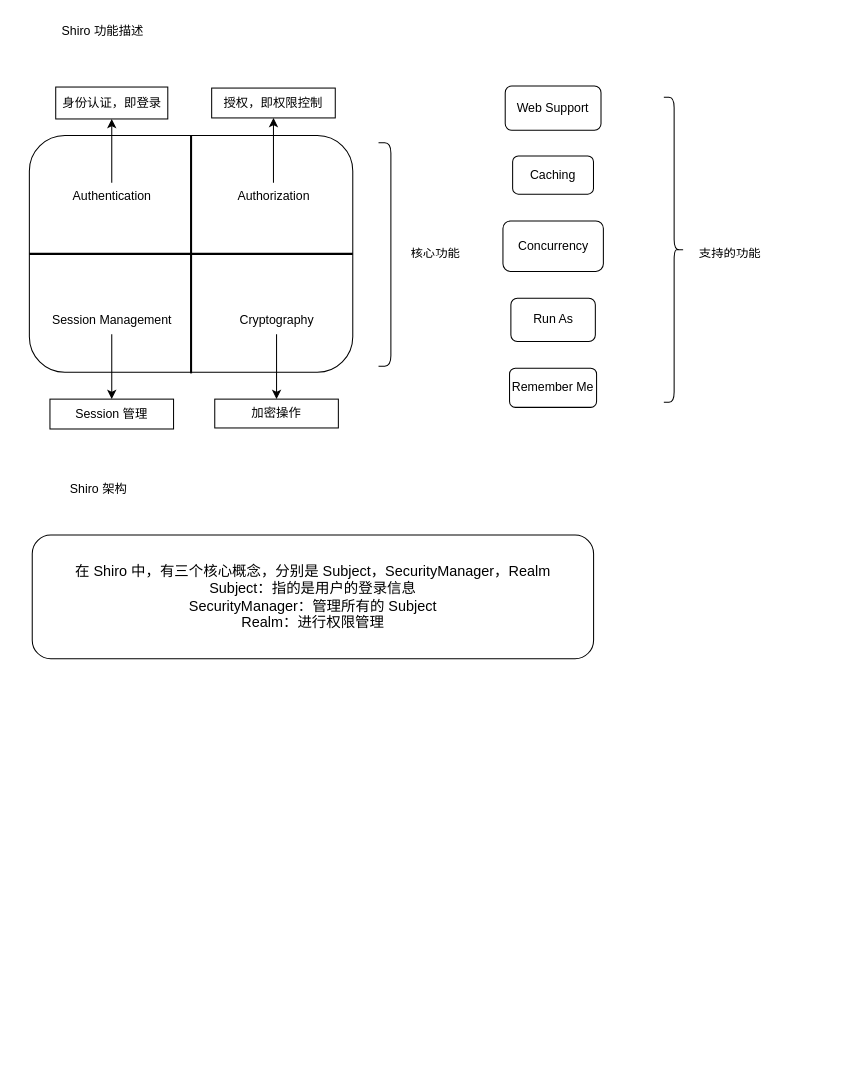
moliwqf/draw_resp keeps this draw.io diagram as Shiro 学习.drawio. Above is the earlier version. Source tidied: cells renumbered, new cells numbered last; positions are measured from the earlier drawing's top-left corner, leaving out a move shared by most shapes. Both pictures are drawn from the tidied source at 103%, with x=0, y=0 at pixel (29, 18).
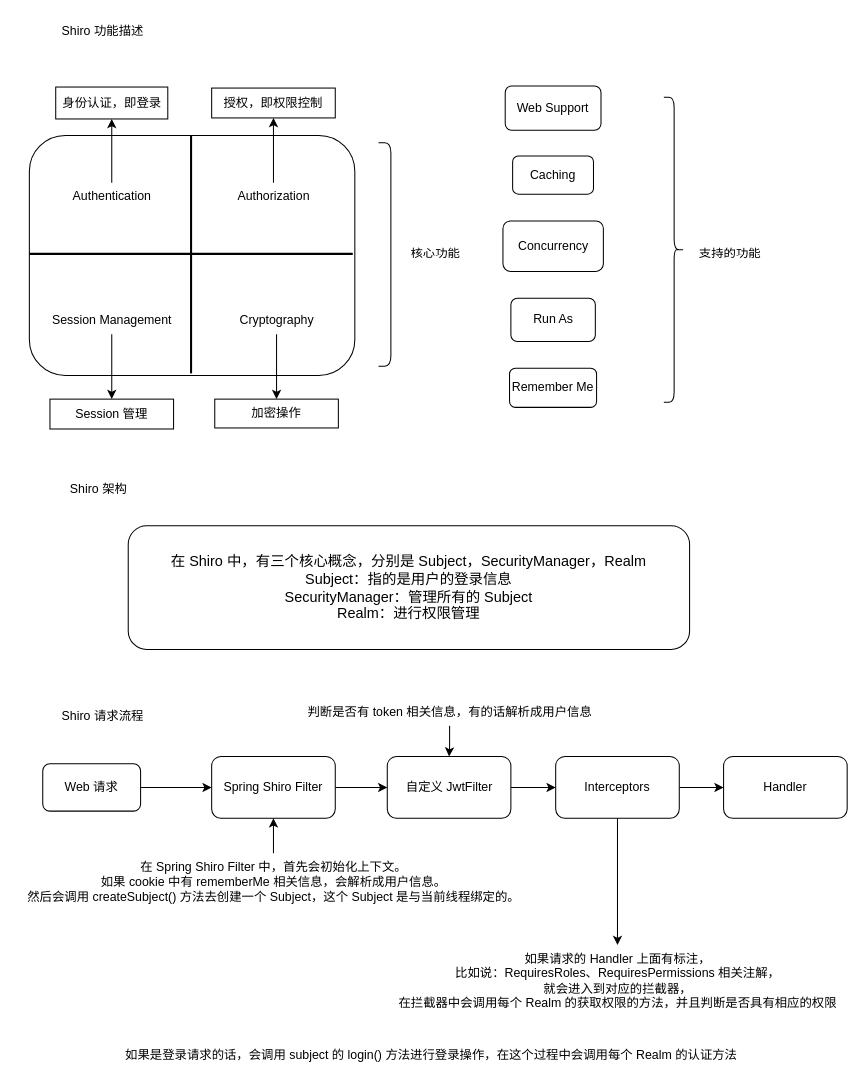
The same page after the edit.

The edit, as a diff of the source:
```diff
@@
     <mxCell id="2" style="rounded=1;whiteSpace=wrap;html=1;" parent="1" vertex="1">
-      <mxGeometry y="114" width="314" height="230" as="geometry" />
+      <mxGeometry y="114" width="316" height="233" as="geometry" />
     </mxCell>
@@
     <mxCell id="28" value="&lt;font style=&quot;font-size: 14px;&quot;&gt;在 Shiro 中，有三个核心概念，分别是 Subject，SecurityManager，Realm&lt;/font&gt;&lt;div style=&quot;font-size: 14px;&quot;&gt;&lt;font style=&quot;font-size: 14px;&quot;&gt;Subject：指的是用户的登录信息&lt;/font&gt;&lt;/div&gt;&lt;div style=&quot;font-size: 14px;&quot;&gt;&lt;font style=&quot;font-size: 14px;&quot;&gt;SecurityManager：管理所有的 Subject&lt;/font&gt;&lt;/div&gt;&lt;div style=&quot;font-size: 14px;&quot;&gt;&lt;font style=&quot;font-size: 14px;&quot;&gt;Realm：进行权限管理&lt;/font&gt;&lt;/div&gt;" style="rounded=1;whiteSpace=wrap;html=1;" parent="1" vertex="1">
-      <mxGeometry x="2.8" y="502" width="545" height="120" as="geometry" />
+      <mxGeometry x="96" y="493" width="545" height="120" as="geometry" />
     </mxCell>
+    <mxCell id="29" value="Shiro 请求流程" style="text;html=1;align=center;verticalAlign=middle;strokeColor=none;fillColor=none;" parent="1" vertex="1">
+      <mxGeometry x="22" y="665" width="97" height="26" as="geometry" />
+    </mxCell>
+    <mxCell id="30" style="edgeStyle=orthogonalEdgeStyle;rounded=0;jettySize=auto;html=1;" parent="1" edge="1" source="31" target="33">
+      <mxGeometry relative="1" as="geometry" />
+    </mxCell>
+    <mxCell id="31" value="Web 请求" style="rounded=1;whiteSpace=wrap;html=1;" parent="1" vertex="1">
+      <mxGeometry x="13" y="724" width="95" height="46" as="geometry" />
+    </mxCell>
+    <mxCell id="32" style="edgeStyle=orthogonalEdgeStyle;rounded=0;jettySize=auto;html=1;" parent="1" edge="1" source="33" target="37">
+      <mxGeometry relative="1" as="geometry" />
+    </mxCell>
+    <mxCell id="33" value="Spring Shiro Filter" style="rounded=1;whiteSpace=wrap;html=1;" parent="1" vertex="1">
+      <mxGeometry x="177" y="717" width="120" height="60" as="geometry" />
+    </mxCell>
+    <mxCell id="34" style="edgeStyle=orthogonalEdgeStyle;rounded=0;jettySize=auto;html=1;" parent="1" edge="1" source="35" target="33">
+      <mxGeometry relative="1" as="geometry" />
+    </mxCell>
+    <mxCell id="35" value="在 Spring Shiro Filter 中，首先会初始化上下文。&lt;div&gt;如果 cookie 中有 rememberMe 相关信息，会解析成用户信息。&lt;div&gt;然后会调用 createSubject() 方法去创建一个 Subject，这个 Subject 是与当前线程绑定的。&lt;/div&gt;&lt;/div&gt;" style="text;html=1;align=center;verticalAlign=middle;points=[];strokeColor=none;fillColor=none;" parent="1" vertex="1">
+      <mxGeometry x="-11" y="811" width="496" height="55" as="geometry" />
+    </mxCell>
+    <mxCell id="36" style="edgeStyle=orthogonalEdgeStyle;rounded=0;jettySize=auto;html=1;" parent="1" edge="1" source="37" target="42">
+      <mxGeometry relative="1" as="geometry" />
+    </mxCell>
+    <mxCell id="37" value="自定义 JwtFilter" style="rounded=1;whiteSpace=wrap;html=1;" parent="1" vertex="1">
+      <mxGeometry x="347.5" y="717" width="120" height="60" as="geometry" />
+    </mxCell>
+    <mxCell id="38" style="edgeStyle=orthogonalEdgeStyle;rounded=0;jettySize=auto;html=1;" parent="1" edge="1" source="39" target="37">
+      <mxGeometry relative="1" as="geometry" />
+    </mxCell>
+    <mxCell id="39" value="判断是否有 token 相关信息，有的话解析成用户信息" style="text;html=1;align=center;verticalAlign=middle;points=[];strokeColor=none;fillColor=none;" parent="1" vertex="1">
+      <mxGeometry x="261" y="661" width="294" height="26" as="geometry" />
+    </mxCell>
+    <mxCell id="40" style="edgeStyle=orthogonalEdgeStyle;rounded=0;jettySize=auto;html=1;" parent="1" edge="1" source="42" target="43">
+      <mxGeometry relative="1" as="geometry" />
+    </mxCell>
+    <mxCell id="41" style="edgeStyle=orthogonalEdgeStyle;rounded=0;jettySize=auto;html=1;" parent="1" edge="1" source="42" target="44">
+      <mxGeometry relative="1" as="geometry" />
+    </mxCell>
+    <mxCell id="42" value="Interceptors" style="rounded=1;whiteSpace=wrap;html=1;" parent="1" vertex="1">
+      <mxGeometry x="511" y="717" width="120" height="60" as="geometry" />
+    </mxCell>
+    <mxCell id="43" value="如果请求的 Handler 上面有标注，&lt;div&gt;比如说：RequiresRoles、RequiresPermissions 相关注解，&lt;/div&gt;&lt;div&gt;就会进入到对应的拦截器，&lt;/div&gt;&lt;div&gt;在拦截器中会调用每个 Realm 的获取权限的方法，并且判断是否具有相应的权限&lt;/div&gt;" style="text;html=1;align=center;verticalAlign=middle;points=[];strokeColor=none;fillColor=none;" parent="1" vertex="1">
+      <mxGeometry x="349.5" y="900" width="443" height="70" as="geometry" />
+    </mxCell>
+    <mxCell id="44" value="Handler" style="rounded=1;whiteSpace=wrap;html=1;" parent="1" vertex="1">
+      <mxGeometry x="674" y="717" width="120" height="60" as="geometry" />
+    </mxCell>
+    <mxCell id="45" value="如果是登录请求的话，会调用 subject 的 login() 方法进行登录操作，在这个过程中会调用每个 Realm 的认证方法" style="text;html=1;align=center;verticalAlign=middle;strokeColor=none;fillColor=none;" parent="1" vertex="1">
+      <mxGeometry x="84" y="994" width="612" height="26" as="geometry" />
+    </mxCell>
```
